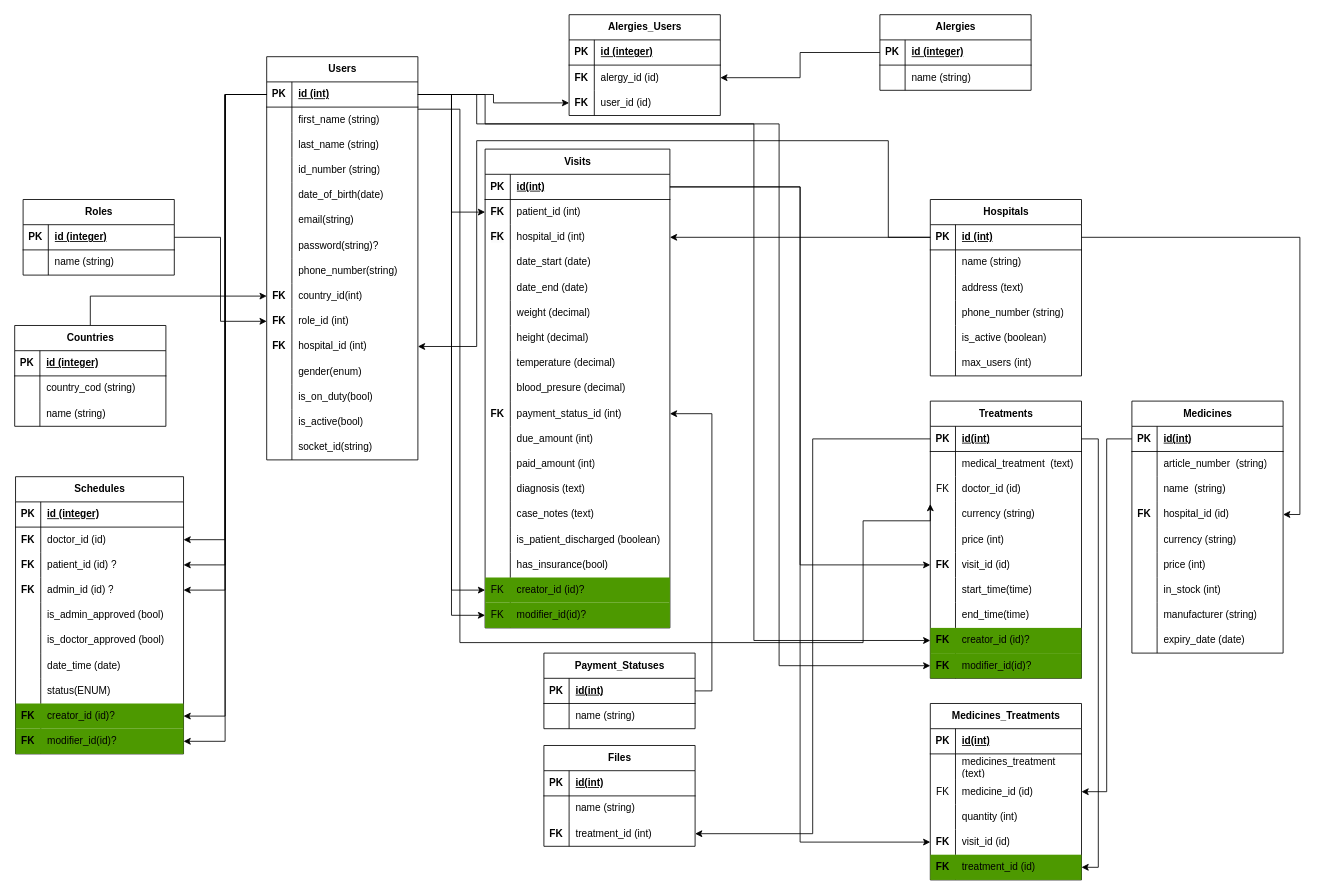
The draw.io diagram Untitled Diagram.drawio in fao30/hospital-management-be, before the edit. Source tidied: cells renumbered, new cells numbered last; positions are measured from the earlier drawing's top-left corner, leaving out a move shared by most shapes. Both pictures are drawn from the tidied source at 84%, with x=0, y=0 at pixel (14, 14).
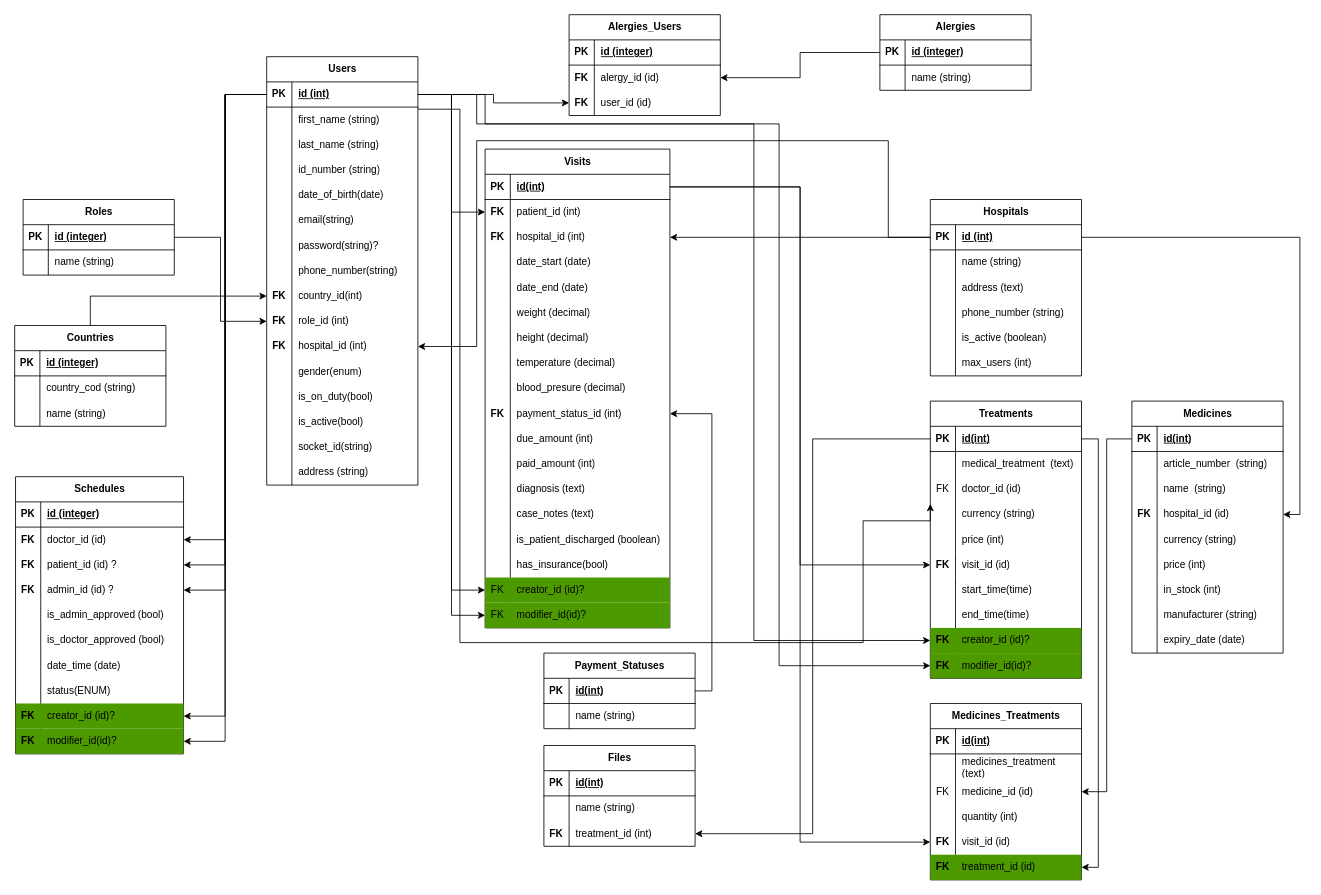
The same page after the edit.

The edit, as a diff of the source:
```diff
@@
     <mxCell id="28" value="Users" style="shape=table;startSize=30;childLayout=tableLayout;rowLines=0;fontStyle=1;align=center;html=1;" parent="1" vertex="1">
-      <mxGeometry x="300" y="50" width="180" height="480" as="geometry" />
+      <mxGeometry x="300" y="50" width="180" height="510" as="geometry" />
     </mxCell>
@@
+    <mxCell id="306" style="shape=tableRow;horizontal=0;startSize=0;swimlaneHead=0;swimlaneBody=0;fillColor=none;top=0;left=0;right=0;bottom=0;" parent="28" vertex="1">
+      <mxGeometry y="480" width="180" height="30" as="geometry" />
+    </mxCell>
+    <mxCell id="307" style="shape=partialRectangle;fillColor=none;top=0;left=0;bottom=0;right=0;overflow=hidden;whiteSpace=wrap;html=1;" parent="306" vertex="1">
+      <mxGeometry width="30" height="30" as="geometry" />
+    </mxCell>
+    <mxCell id="308" value="address (string)" style="shape=partialRectangle;fillColor=none;top=0;left=0;bottom=0;right=0;align=left;spacingLeft=6;overflow=hidden;whiteSpace=wrap;html=1;" parent="306" vertex="1">
+      <mxGeometry x="30" width="150" height="30" as="geometry" />
+    </mxCell>
```
